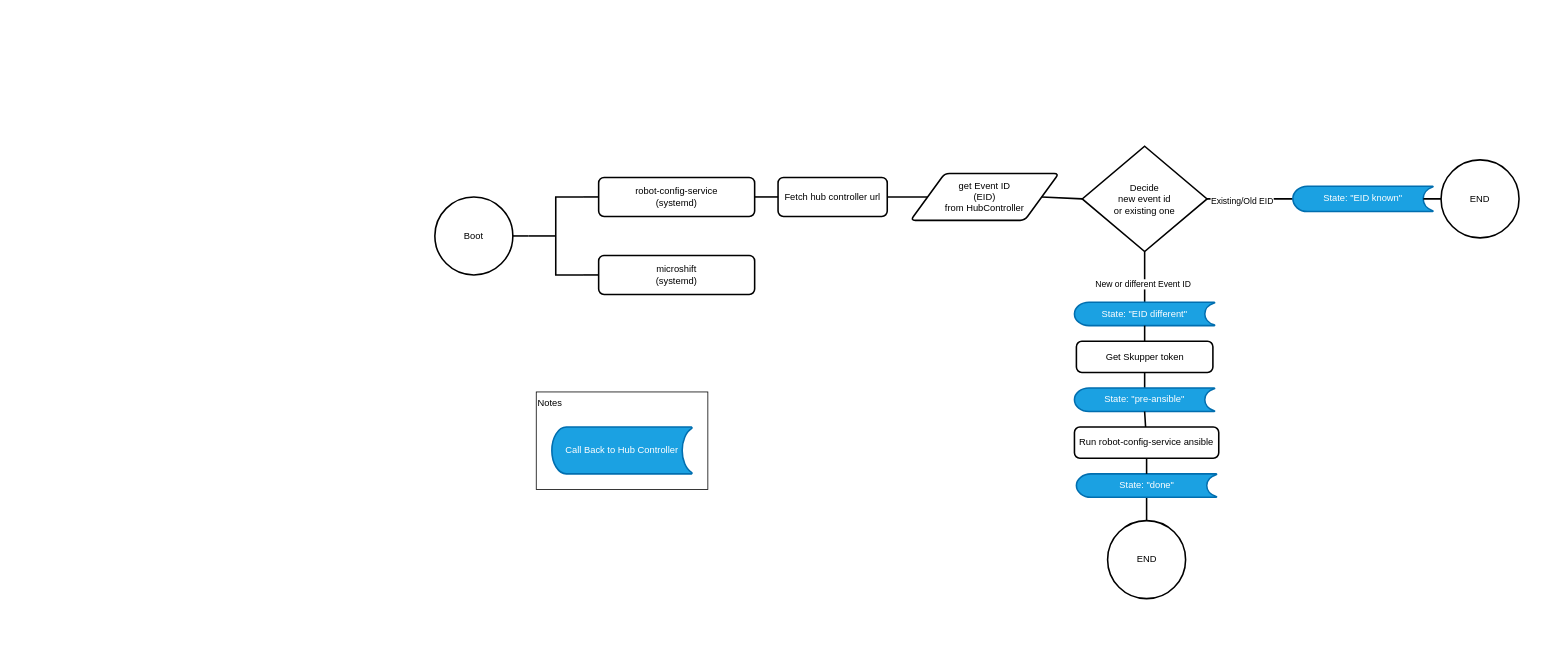
Above: page "overview" (1 of 2) of v3/robot/auto-register-flow.drawio in cloud-native-robotz-hackathon/infrastructure (draw.io), before the change. Source tidied: cells renumbered, new cells numbered last; positions are measured from the earlier drawing's top-left corner, leaving out a move shared by most shapes. Both pictures are drawn from the tidied source at 78%, with x=0, y=0 at pixel (434, 146). Pictures stored in the file or linked from it are replaced by grey dashed boxes.
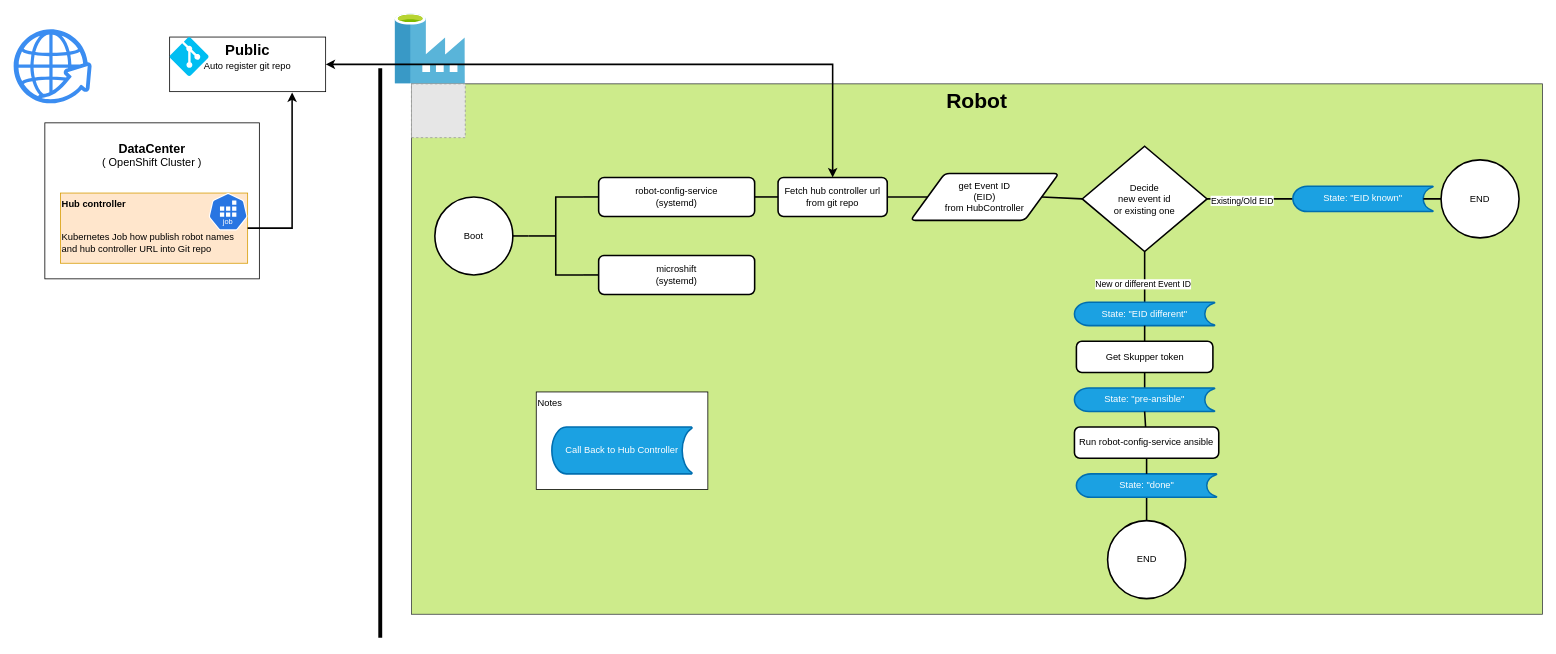
The same diagram, later.

Diff of the diagram source:
```diff
@@
+    <mxCell id="35" value="&lt;b&gt;Robot&lt;/b&gt;" style="rounded=0;whiteSpace=wrap;html=1;fillColor=#cdeb8b;strokeColor=#36393d;align=center;verticalAlign=top;fontSize=27;" parent="1" vertex="1">
+      <mxGeometry x="-30" y="-80" width="1450" height="680" as="geometry" />
+    </mxCell>
+    <mxCell id="36" style="fillColor=#E6E6E6;strokeColor=#999999;dashed=1;html=1;verticalAlign=top;verticalLabelPosition=bottom;labelBackgroundColor=#ffffff;" parent="1" vertex="1">
+      <mxGeometry x="-30" y="-80" width="69" height="69" as="geometry" />
+    </mxCell>
@@
-    <mxCell id="9" value="Fetch hub controller url" style="rounded=1;whiteSpace=wrap;html=1;absoluteArcSize=1;arcSize=14;strokeWidth=2;" parent="1" vertex="1">
+    <mxCell id="9" value="Fetch hub controller url&lt;div&gt;from git repo&lt;/div&gt;" style="rounded=1;whiteSpace=wrap;html=1;absoluteArcSize=1;arcSize=14;strokeWidth=2;" parent="1" vertex="1">
       <mxGeometry x="440" y="40" width="140" height="50" as="geometry" />
     </mxCell>
@@
+    <mxCell id="37" style="sketch=0;html=1;strokeColor=none;shadow=0;fillColor=#3B8DF1;verticalAlign=top;labelPosition=center;verticalLabelPosition=bottom;shape=mxgraph.gcp2.globe_world;" parent="1" vertex="1">
+      <mxGeometry x="-540" y="-150" width="100" height="95" as="geometry" />
+    </mxCell>
+    <mxCell id="38" style="endArrow=none;html=1;rounded=0;strokeWidth=5;" parent="1" edge="1">
+      <mxGeometry relative="1" as="geometry">
+        <mxPoint x="-70" y="630" as="sourcePoint" />
+        <mxPoint x="-70" y="-100" as="targetPoint" />
+      </mxGeometry>
+    </mxCell>
+    <mxCell id="39" style="image;sketch=0;html=1;align=center;fontSize=12;image=img/lib/mscae/Data_Factory.svg;" parent="1" vertex="1">
+      <mxGeometry x="-51" y="-170" width="90" height="90" as="geometry" />
+    </mxCell>
+    <mxCell id="40" value="&lt;div align=&quot;center&quot;&gt;&lt;font style=&quot;font-size: 14px;&quot;&gt;&lt;b&gt;&lt;br&gt;&lt;/b&gt;&lt;/font&gt;&lt;/div&gt;&lt;div style=&quot;font-size: 16px;&quot; align=&quot;center&quot;&gt;&lt;font style=&quot;font-size: 16px;&quot;&gt;&lt;b&gt;DataCenter&lt;/b&gt;&lt;/font&gt;&lt;/div&gt;&lt;div style=&quot;font-size: 14px;&quot; align=&quot;center&quot;&gt;&lt;font style=&quot;font-size: 14px;&quot;&gt;&lt;span style=&quot;&quot;&gt;( OpenShift Cluster )&lt;/span&gt;&lt;font style=&quot;font-size: 14px;&quot;&gt;&lt;br&gt;&lt;/font&gt;&lt;/font&gt;&lt;/div&gt;" style="rounded=0;whiteSpace=wrap;html=1;align=center;verticalAlign=top;" parent="1" vertex="1">
+      <mxGeometry x="-500" y="-30" width="275" height="200" as="geometry" />
+    </mxCell>
+    <mxCell id="41" value="&lt;div align=&quot;center&quot;&gt;&lt;b&gt;&lt;font style=&quot;font-size: 19px;&quot;&gt;Public&lt;/font&gt;&lt;/b&gt;&lt;/div&gt;&lt;div align=&quot;center&quot;&gt;Auto register git repo&lt;/div&gt;" style="rounded=0;whiteSpace=wrap;html=1;align=center;verticalAlign=top;" parent="1" vertex="1">
+      <mxGeometry x="-340" y="-140" width="200" height="70" as="geometry" />
+    </mxCell>
+    <mxCell id="42" style="verticalLabelPosition=bottom;html=1;verticalAlign=top;align=center;strokeColor=none;fillColor=#00BEF2;shape=mxgraph.azure.git_repository;" parent="1" vertex="1">
+      <mxGeometry x="-340" y="-140" width="50" height="50" as="geometry" />
+    </mxCell>
+    <mxCell id="43" value="&lt;b&gt;Hub controller&lt;/b&gt;&lt;div&gt;&lt;b&gt;&lt;br&gt;&lt;/b&gt;&lt;/div&gt;&lt;div&gt;&lt;b&gt;&lt;br&gt;&lt;/b&gt;&lt;/div&gt;&lt;div&gt;Kubernetes Job how publish robot names and hub controller URL into Git repo&amp;nbsp;&lt;/div&gt;" style="rounded=0;whiteSpace=wrap;html=1;fillColor=#ffe6cc;strokeColor=#d79b00;align=left;verticalAlign=top;" parent="1" vertex="1">
+      <mxGeometry x="-480" y="60" width="240" height="90" as="geometry" />
+    </mxCell>
+    <mxCell id="44" style="sketch=0;html=1;dashed=0;whitespace=wrap;verticalLabelPosition=bottom;verticalAlign=top;fillColor=#2875E2;strokeColor=#ffffff;shape=mxgraph.kubernetes.icon2;kubernetesLabel=1;prIcon=job;" parent="1" vertex="1">
+      <mxGeometry x="-290" y="60" width="50" height="48" as="geometry" />
+    </mxCell>
+    <mxCell id="45" style="edgeStyle=orthogonalEdgeStyle;rounded=0;jettySize=auto;html=1;exitX=1;exitY=0.5;exitDx=0;exitDy=0;entryX=0.785;entryY=1.014;entryDx=0;entryDy=0;entryPerimeter=0;strokeWidth=2;" parent="1" edge="1" source="43" target="41">
+      <mxGeometry relative="1" as="geometry" />
+    </mxCell>
+    <mxCell id="46" style="edgeStyle=orthogonalEdgeStyle;rounded=0;jettySize=auto;html=1;exitX=0.5;exitY=0;exitDx=0;exitDy=0;entryX=1;entryY=0.5;entryDx=0;entryDy=0;strokeWidth=2;startArrow=classic;startFill=1;" parent="1" edge="1" source="9" target="41">
+      <mxGeometry relative="1" as="geometry" />
+    </mxCell>
```
